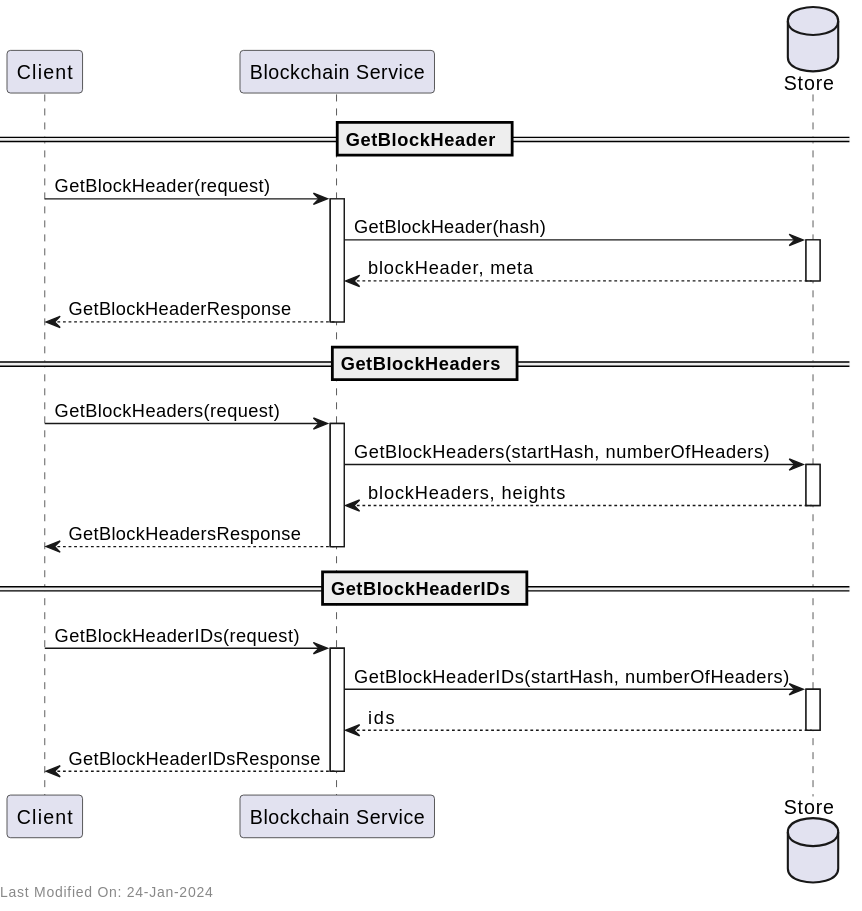
Above: docs/services/img/plantuml/blockchain/blockchain_get_block_header.svg in freemans13/teranode (PlantUML), before the change. Its source is kept beside it as docs/services/img/plantuml/blockchain/blockchain_get_block_header.puml. Its diagram source:
```plantuml
@startuml
participant "Client" as Client
participant "Blockchain Service" as Blockchain
database "Store" as Store

== GetBlockHeader ==
Client -> Blockchain: GetBlockHeader(request)
activate Blockchain
Blockchain -> Store: GetBlockHeader(hash)
activate Store
Store --> Blockchain: blockHeader, meta
deactivate Store
Blockchain --> Client: GetBlockHeaderResponse
deactivate Blockchain

== GetBlockHeaders ==
Client -> Blockchain: GetBlockHeaders(request)
activate Blockchain
Blockchain -> Store: GetBlockHeaders(startHash, numberOfHeaders)
activate Store
Store --> Blockchain: blockHeaders, heights
deactivate Store
Blockchain --> Client: GetBlockHeadersResponse
deactivate Blockchain

== GetBlockHeaderIDs ==
Client -> Blockchain: GetBlockHeaderIDs(request)
activate Blockchain
Blockchain -> Store: GetBlockHeaderIDs(startHash, numberOfHeaders)
activate Store
Store --> Blockchain: ids
deactivate Store
Blockchain --> Client: GetBlockHeaderIDsResponse
deactivate Blockchain

left footer Last Modified On: %date("dd-MMM-yyyy")

@enduml
```
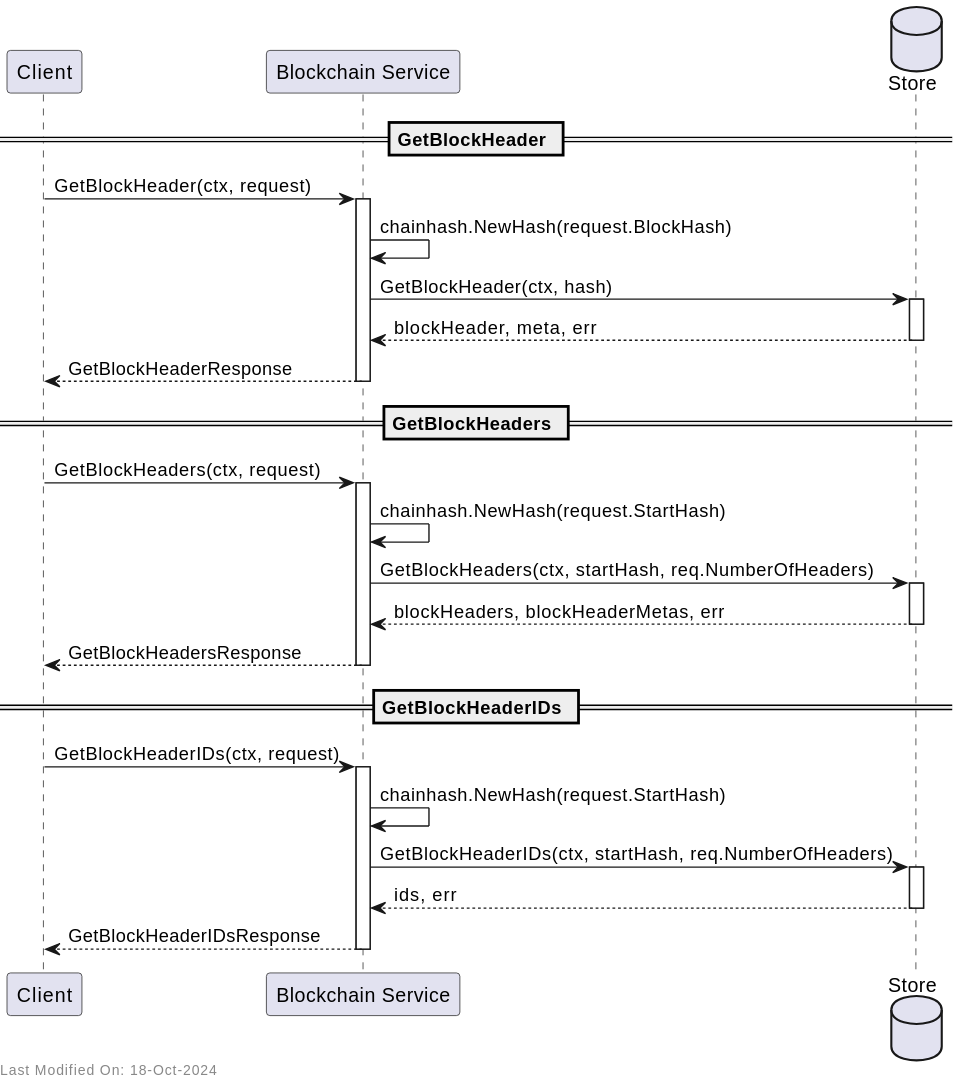
The same file after the commit.

Commit message:
Documentation - restructure Blockchain Service documentation for better separation of design and reference documents #1401

What changed in the source:
```diff
@@ -1,37 +1,40 @@
 @startuml
 participant "Client" as Client
-participant "Blockchain Service" as Blockchain
+participant "Blockchain Service" as Service
 database "Store" as Store
 
 == GetBlockHeader ==
-Client -> Blockchain: GetBlockHeader(request)
-activate Blockchain
-Blockchain -> Store: GetBlockHeader(hash)
+Client -> Service: GetBlockHeader(ctx, request)
+activate Service
+Service -> Service: chainhash.NewHash(request.BlockHash)
+Service -> Store: GetBlockHeader(ctx, hash)
 activate Store
-Store --> Blockchain: blockHeader, meta
+Store --> Service: blockHeader, meta, err
 deactivate Store
-Blockchain --> Client: GetBlockHeaderResponse
-deactivate Blockchain
+Service --> Client: GetBlockHeaderResponse
+deactivate Service
 
 == GetBlockHeaders ==
-Client -> Blockchain: GetBlockHeaders(request)
-activate Blockchain
-Blockchain -> Store: GetBlockHeaders(startHash, numberOfHeaders)
+Client -> Service: GetBlockHeaders(ctx, request)
+activate Service
+Service -> Service: chainhash.NewHash(request.StartHash)
+Service -> Store: GetBlockHeaders(ctx, startHash, req.NumberOfHeaders)
 activate Store
-Store --> Blockchain: blockHeaders, heights
+Store --> Service: blockHeaders, blockHeaderMetas, err
 deactivate Store
-Blockchain --> Client: GetBlockHeadersResponse
-deactivate Blockchain
+Service --> Client: GetBlockHeadersResponse
+deactivate Service
 
 == GetBlockHeaderIDs ==
-Client -> Blockchain: GetBlockHeaderIDs(request)
-activate Blockchain
-Blockchain -> Store: GetBlockHeaderIDs(startHash, numberOfHeaders)
+Client -> Service: GetBlockHeaderIDs(ctx, request)
+activate Service
+Service -> Service: chainhash.NewHash(request.StartHash)
+Service -> Store: GetBlockHeaderIDs(ctx, startHash, req.NumberOfHeaders)
 activate Store
-Store --> Blockchain: ids
+Store --> Service: ids, err
 deactivate Store
-Blockchain --> Client: GetBlockHeaderIDsResponse
-deactivate Blockchain
+Service --> Client: GetBlockHeaderIDsResponse
+deactivate Service
 
 left footer Last Modified On: %date("dd-MMM-yyyy")
 
```
